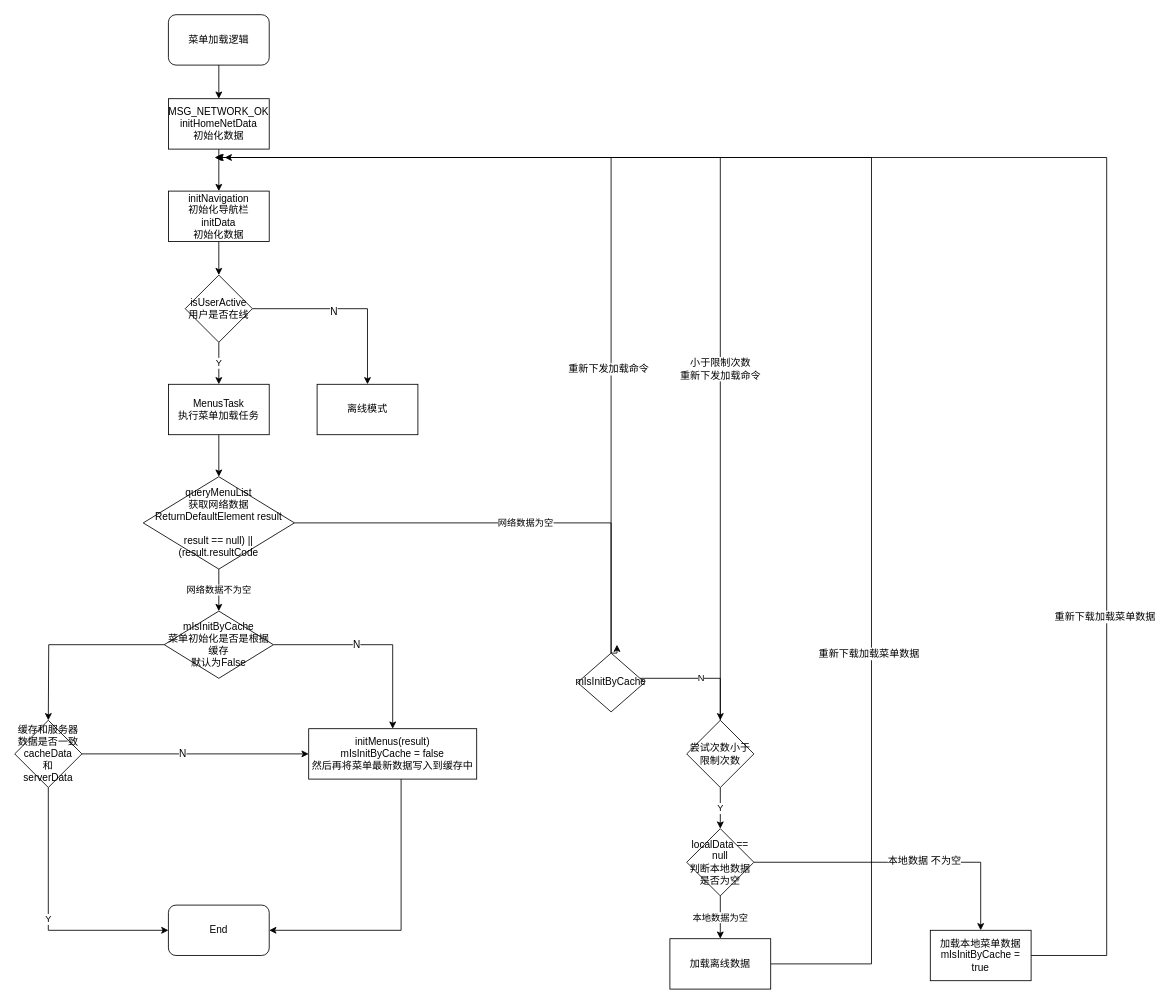
This is 菜单加载逻辑.drawio from honghonglhh2018/ThinkingFlowChart, a draw.io file, before an edit. Source tidied: cells renumbered, new cells numbered last; positions are measured from the earlier drawing's top-left corner, leaving out a move shared by most shapes. Both pictures are drawn from the tidied source at 84%, with x=0, y=0 at pixel (14, 14).
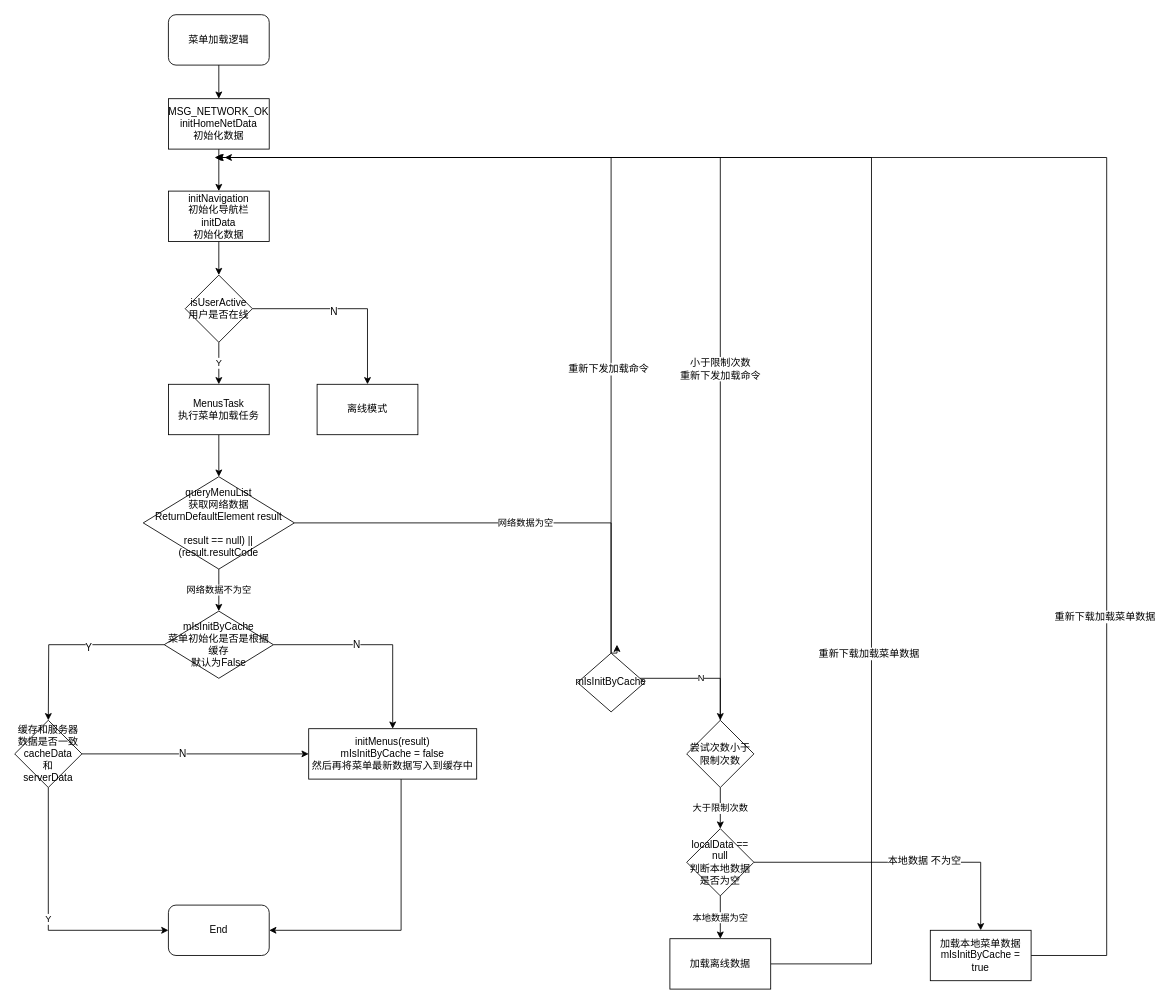
The same diagram, later.

Commit message (it also covers changes not shown here):
更新菜单加载逻辑.drawio

The change refers to these unchanged cells:
```xml
<mxCell id="20" style="edgeStyle=orthogonalEdgeStyle;rounded=0;jettySize=auto;html=1;" parent="1" edge="1" source="21">
  <mxGeometry relative="1" as="geometry">
    <mxPoint x="40" y="840" as="targetPoint" />
  </mxGeometry>
</mxCell>
<mxCell id="36" value="尝试次数小于限制次数" style="rhombus;whiteSpace=wrap;html=1;" parent="1" vertex="1">
  <mxGeometry x="800" y="840" width="80" height="80" as="geometry" />
</mxCell>
<mxCell id="40" value="localData == null&lt;br&gt;判断本地数据是否为空" style="rhombus;whiteSpace=wrap;html=1;" parent="1" vertex="1">
  <mxGeometry x="800" y="969" width="80" height="80" as="geometry" />
</mxCell>
```

Diff of the diagram source:
```diff
@@
+    <mxCell id="47" value="Y" style="text;html=1;align=center;verticalAlign=middle;labelBackgroundColor=#ffffff;" parent="20" vertex="1">
+      <mxGeometry x="-0.2" y="3" relative="1" as="geometry" />
+    </mxCell>
@@
-    <mxCell id="35" value="Y" style="edgeStyle=orthogonalEdgeStyle;rounded=0;jettySize=auto;html=1;" parent="1" edge="1" source="36" target="40">
-      <mxGeometry relative="1" as="geometry" />
+    <mxCell id="35" value="大于限制次数" style="edgeStyle=orthogonalEdgeStyle;rounded=0;jettySize=auto;html=1;" parent="1" edge="1" source="36" target="40">
+      <mxGeometry relative="1" as="geometry">
+        <Array as="points">
+          <mxPoint x="840" y="940" />
+          <mxPoint x="840" y="940" />
+        </Array>
+      </mxGeometry>
     </mxCell>
```
